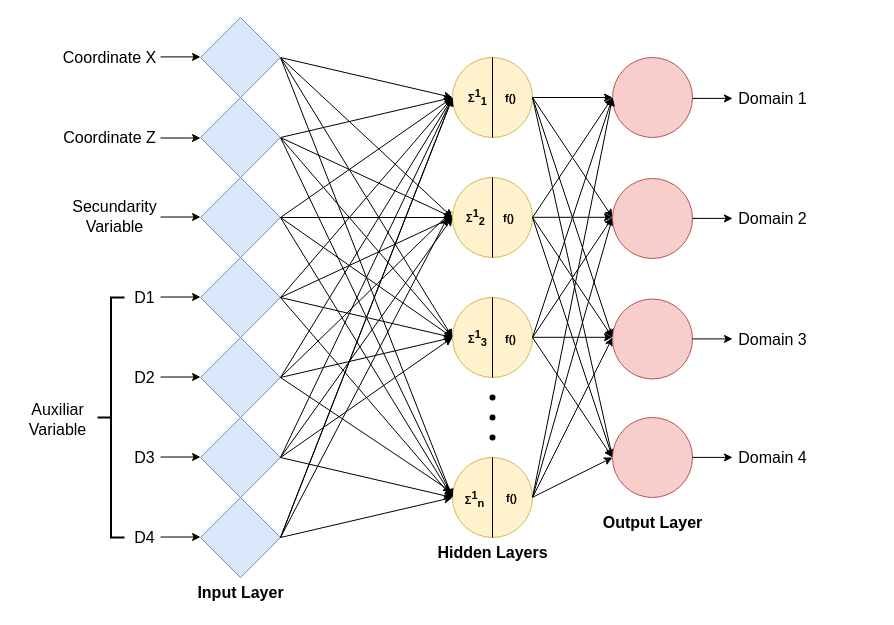
Before: Diagrama sin título.drawio in heberallin/ANN_mineralresources, a draw.io diagram. Source tidied: cells renumbered, new cells numbered last; positions are measured from the earlier drawing's top-left corner, leaving out a move shared by most shapes. Both pictures are drawn from the tidied source at 100%, with x=0, y=0 at pixel (17, 17).
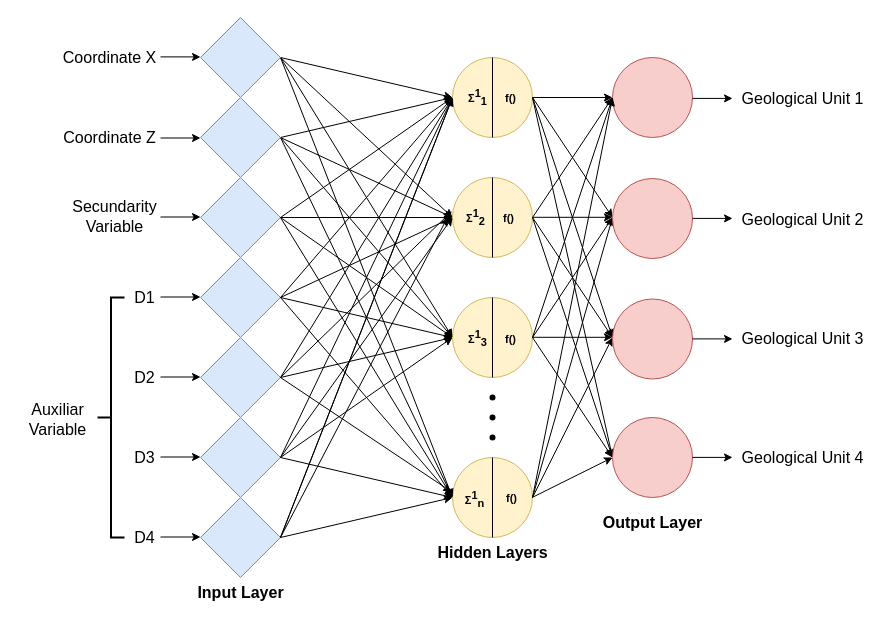
After the change.

Change to the diagram source:
```diff
@@
-    <mxCell id="42" value="Domain 1" style="text;html=1;align=center;verticalAlign=middle;strokeColor=none;fillColor=none;fontSize=16;" parent="1" vertex="1">
-      <mxGeometry x="710" y="66" width="90" height="30" as="geometry" />
+    <mxCell id="42" value="Geological Unit 1" style="text;html=1;align=center;verticalAlign=middle;strokeColor=none;fillColor=none;fontSize=16;" parent="1" vertex="1">
+      <mxGeometry x="710" y="66" width="150" height="30" as="geometry" />
     </mxCell>
@@
-    <mxCell id="75" value="Domain 2" style="text;html=1;align=center;verticalAlign=middle;strokeColor=none;fillColor=none;fontSize=16;" parent="1" vertex="1">
-      <mxGeometry x="710" y="186" width="90" height="30" as="geometry" />
-    </mxCell>
@@
-    <mxCell id="77" value="Domain 3" style="text;html=1;align=center;verticalAlign=middle;strokeColor=none;fillColor=none;fontSize=16;" parent="1" vertex="1">
-      <mxGeometry x="710" y="306.5" width="90" height="30" as="geometry" />
-    </mxCell>
@@
-    <mxCell id="79" value="Domain 4" style="text;html=1;align=center;verticalAlign=middle;strokeColor=none;fillColor=none;fontSize=16;" parent="1" vertex="1">
-      <mxGeometry x="710" y="425" width="90" height="30" as="geometry" />
-    </mxCell>
@@
+    <mxCell id="103" value="Geological Unit 2" style="text;html=1;align=center;verticalAlign=middle;strokeColor=none;fillColor=none;fontSize=16;" parent="1" vertex="1">
+      <mxGeometry x="710" y="186.5" width="150" height="30" as="geometry" />
+    </mxCell>
+    <mxCell id="104" value="Geological Unit 3" style="text;html=1;align=center;verticalAlign=middle;strokeColor=none;fillColor=none;fontSize=16;" parent="1" vertex="1">
+      <mxGeometry x="710" y="305.5" width="150" height="30" as="geometry" />
+    </mxCell>
+    <mxCell id="105" value="Geological Unit 4" style="text;html=1;align=center;verticalAlign=middle;strokeColor=none;fillColor=none;fontSize=16;" parent="1" vertex="1">
+      <mxGeometry x="710" y="425" width="150" height="30" as="geometry" />
+    </mxCell>
```
